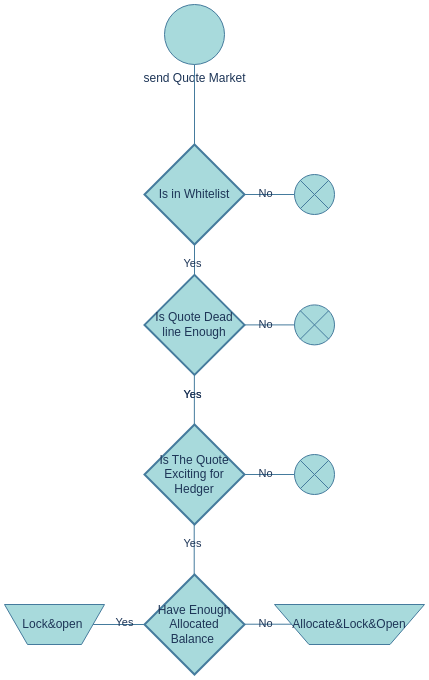
Above: hedger_docs/pngs/SendQuoteMarket.drawio.png in SYMM-IO/docs (draw.io), before the change. Source tidied: cells renumbered, new cells last; positions are measured from the earlier drawing's top-left corner, leaving out a move shared by most shapes.
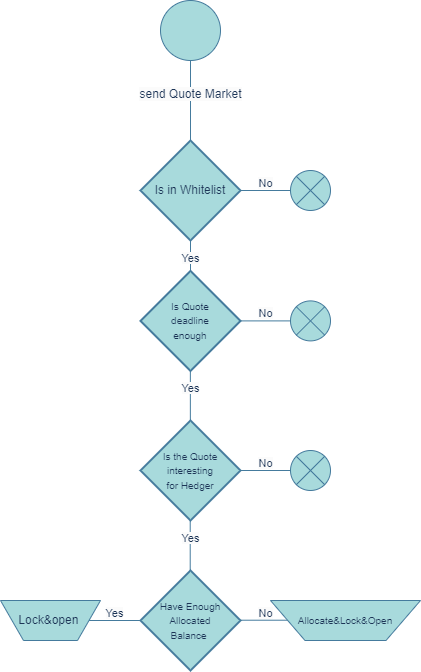
Above is the later version.

Change to the diagram source:
```diff
@@ -2,7 +2,7 @@
   <root>
     <mxCell id="0" />
     <mxCell id="1" parent="0" />
-    <mxCell id="2" value="send Quote Market" style="verticalLabelPosition=bottom;verticalAlign=top;html=1;shape=mxgraph.flowchart.on-page_reference;labelBackgroundColor=none;fillColor=#A8DADC;strokeColor=#457B9D;fontColor=#1D3557;" parent="1" vertex="1">
+    <mxCell id="2" style="verticalLabelPosition=bottom;verticalAlign=top;html=1;shape=mxgraph.flowchart.on-page_reference;labelBackgroundColor=none;fillColor=#A8DADC;strokeColor=#457B9D;fontColor=#1D3557;" parent="1" vertex="1">
       <mxGeometry x="160" width="60" height="60" as="geometry" />
     </mxCell>
     <mxCell id="3" value="Is in Whitelist" style="strokeWidth=2;html=1;shape=mxgraph.flowchart.decision;whiteSpace=wrap;labelBackgroundColor=none;fillColor=#A8DADC;strokeColor=#457B9D;fontColor=#1D3557;" parent="1" vertex="1">
@@ -11,100 +11,73 @@
     <mxCell id="4" style="verticalLabelPosition=bottom;verticalAlign=top;html=1;shape=mxgraph.flowchart.or;labelBackgroundColor=none;fillColor=#A8DADC;strokeColor=#457B9D;fontColor=#1D3557;" parent="1" vertex="1">
       <mxGeometry x="290" y="170" width="40" height="40" as="geometry" />
     </mxCell>
-    <mxCell id="5" style="endArrow=none;html=1;rounded=0;exitX=0.5;exitY=0;exitDx=0;exitDy=0;exitPerimeter=0;labelBackgroundColor=none;strokeColor=#457B9D;fontColor=default;" parent="1" edge="1" source="3">
+    <mxCell id="5" value="&#10;&lt;span style=&quot;color: rgb(29, 53, 87); font-family: Helvetica; font-size: 12px; font-style: normal; font-variant-ligatures: normal; font-variant-caps: normal; font-weight: 400; letter-spacing: normal; orphans: 2; text-align: center; text-indent: 0px; text-transform: none; widows: 2; word-spacing: 0px; -webkit-text-stroke-width: 0px; background-color: rgb(251, 251, 251); text-decoration-thickness: initial; text-decoration-style: initial; text-decoration-color: initial; float: none; display: inline !important;&quot;&gt;send Quote Market&lt;/span&gt;&#10;&#10;" style="endArrow=none;html=1;rounded=0;exitX=0.5;exitY=0;exitDx=0;exitDy=0;exitPerimeter=0;labelBackgroundColor=none;strokeColor=#457B9D;fontColor=default;" parent="1" edge="1" source="3">
       <mxGeometry relative="1" as="geometry">
         <mxPoint x="190" y="60" as="targetPoint" />
       </mxGeometry>
     </mxCell>
-    <mxCell id="6" style="endArrow=none;html=1;rounded=0;entryX=0;entryY=0.5;entryDx=0;entryDy=0;entryPerimeter=0;labelBackgroundColor=none;strokeColor=#457B9D;fontColor=default;" parent="1" edge="1" source="3" target="4">
+    <mxCell id="6" value="&#10;&lt;span style=&quot;color: rgb(29, 53, 87); font-family: Helvetica; font-size: 11px; font-style: normal; font-variant-ligatures: normal; font-variant-caps: normal; font-weight: 400; letter-spacing: normal; orphans: 2; text-align: center; text-indent: 0px; text-transform: none; widows: 2; word-spacing: 0px; -webkit-text-stroke-width: 0px; background-color: rgb(251, 251, 251); text-decoration-thickness: initial; text-decoration-style: initial; text-decoration-color: initial; float: none; display: inline !important;&quot;&gt;No&lt;/span&gt;&#10;&#10;" style="endArrow=none;html=1;rounded=0;entryX=0;entryY=0.5;entryDx=0;entryDy=0;entryPerimeter=0;labelBackgroundColor=none;strokeColor=#457B9D;fontColor=default;" parent="1" edge="1" source="3" target="4">
       <mxGeometry relative="1" as="geometry" />
     </mxCell>
-    <mxCell id="7" value="No" style="edgeLabel;html=1;align=center;verticalAlign=middle;labelBackgroundColor=none;fontColor=#1D3557;" parent="6" vertex="1">
-      <mxGeometry x="-0.18" y="1" relative="1" as="geometry" />
-    </mxCell>
-    <mxCell id="8" style="endArrow=none;html=1;rounded=0;entryX=0.5;entryY=1;entryDx=0;entryDy=0;entryPerimeter=0;labelBackgroundColor=none;strokeColor=#457B9D;fontColor=default;" parent="1" edge="1" target="3">
+    <mxCell id="8" value="&#10;&lt;span style=&quot;color: rgb(29, 53, 87); font-family: Helvetica; font-size: 11px; font-style: normal; font-variant-ligatures: normal; font-variant-caps: normal; font-weight: 400; letter-spacing: normal; orphans: 2; text-align: center; text-indent: 0px; text-transform: none; widows: 2; word-spacing: 0px; -webkit-text-stroke-width: 0px; background-color: rgb(251, 251, 251); text-decoration-thickness: initial; text-decoration-style: initial; text-decoration-color: initial; float: none; display: inline !important;&quot;&gt;Yes&lt;/span&gt;&#10;&#10;" style="endArrow=none;html=1;rounded=0;entryX=0.5;entryY=1;entryDx=0;entryDy=0;entryPerimeter=0;labelBackgroundColor=none;strokeColor=#457B9D;fontColor=default;" parent="1" edge="1" target="3">
       <mxGeometry relative="1" as="geometry">
         <mxPoint x="190" y="290" as="sourcePoint" />
       </mxGeometry>
     </mxCell>
-    <mxCell id="9" value="Yes" style="edgeLabel;html=1;align=center;verticalAlign=middle;labelBackgroundColor=none;fontColor=#1D3557;" parent="8" vertex="1">
-      <mxGeometry x="0.22" y="2" relative="1" as="geometry" />
-    </mxCell>
-    <mxCell id="10" value="Is The Quote Exciting for Hedger" style="strokeWidth=2;html=1;shape=mxgraph.flowchart.decision;whiteSpace=wrap;labelBackgroundColor=none;fillColor=#A8DADC;strokeColor=#457B9D;fontColor=#1D3557;" parent="1" vertex="1">
+    <mxCell id="10" value="&lt;font style=&quot;font-size: 10px;&quot;&gt;Is the Quote &lt;br&gt;interesting&lt;br&gt;for Hedger&lt;/font&gt;" style="strokeWidth=2;html=1;shape=mxgraph.flowchart.decision;whiteSpace=wrap;labelBackgroundColor=none;fillColor=#A8DADC;strokeColor=#457B9D;fontColor=#1D3557;" parent="1" vertex="1">
       <mxGeometry x="140" y="420" width="100" height="100" as="geometry" />
     </mxCell>
     <mxCell id="11" style="verticalLabelPosition=bottom;verticalAlign=top;html=1;shape=mxgraph.flowchart.or;labelBackgroundColor=none;fillColor=#A8DADC;strokeColor=#457B9D;fontColor=#1D3557;" parent="1" vertex="1">
       <mxGeometry x="290" y="450" width="40" height="40" as="geometry" />
     </mxCell>
-    <mxCell id="12" style="endArrow=none;html=1;rounded=0;entryX=0;entryY=0.5;entryDx=0;entryDy=0;entryPerimeter=0;labelBackgroundColor=none;strokeColor=#457B9D;fontColor=default;" parent="1" edge="1">
+    <mxCell id="12" value="&#10;&lt;span style=&quot;color: rgb(29, 53, 87); font-family: Helvetica; font-size: 11px; font-style: normal; font-variant-ligatures: normal; font-variant-caps: normal; font-weight: 400; letter-spacing: normal; orphans: 2; text-align: center; text-indent: 0px; text-transform: none; widows: 2; word-spacing: 0px; -webkit-text-stroke-width: 0px; background-color: rgb(251, 251, 251); text-decoration-thickness: initial; text-decoration-style: initial; text-decoration-color: initial; float: none; display: inline !important;&quot;&gt;No&lt;/span&gt;&#10;&#10;" style="endArrow=none;html=1;rounded=0;entryX=0;entryY=0.5;entryDx=0;entryDy=0;entryPerimeter=0;labelBackgroundColor=none;strokeColor=#457B9D;fontColor=default;" parent="1" edge="1">
       <mxGeometry relative="1" as="geometry">
         <mxPoint x="240" y="470" as="sourcePoint" />
         <mxPoint x="290" y="470" as="targetPoint" />
       </mxGeometry>
     </mxCell>
-    <mxCell id="13" value="No" style="edgeLabel;html=1;align=center;verticalAlign=middle;labelBackgroundColor=none;fontColor=#1D3557;" parent="12" vertex="1">
-      <mxGeometry x="-0.18" y="1" relative="1" as="geometry" />
-    </mxCell>
-    <mxCell id="14" style="endArrow=none;html=1;rounded=0;entryX=0.5;entryY=1;entryDx=0;entryDy=0;entryPerimeter=0;labelBackgroundColor=none;strokeColor=#457B9D;fontColor=default;" parent="1" edge="1">
+    <mxCell id="14" value="&#10;&lt;span style=&quot;color: rgb(29, 53, 87); font-family: Helvetica; font-size: 11px; font-style: normal; font-variant-ligatures: normal; font-variant-caps: normal; font-weight: 400; letter-spacing: normal; orphans: 2; text-align: center; text-indent: 0px; text-transform: none; widows: 2; word-spacing: 0px; -webkit-text-stroke-width: 0px; background-color: rgb(251, 251, 251); text-decoration-thickness: initial; text-decoration-style: initial; text-decoration-color: initial; float: none; display: inline !important;&quot;&gt;Yes&lt;/span&gt;&#10;&#10;" style="endArrow=none;html=1;rounded=0;entryX=0.5;entryY=1;entryDx=0;entryDy=0;entryPerimeter=0;labelBackgroundColor=none;strokeColor=#457B9D;fontColor=default;" parent="1" edge="1">
       <mxGeometry relative="1" as="geometry">
         <mxPoint x="189.7" y="570" as="sourcePoint" />
         <mxPoint x="189.7" y="520" as="targetPoint" />
       </mxGeometry>
     </mxCell>
-    <mxCell id="15" value="Yes" style="edgeLabel;html=1;align=center;verticalAlign=middle;labelBackgroundColor=none;fontColor=#1D3557;" parent="14" vertex="1">
-      <mxGeometry x="0.22" y="2" relative="1" as="geometry" />
-    </mxCell>
-    <mxCell id="16" value="Have Enough Allocated Balance&amp;nbsp;" style="strokeWidth=2;html=1;shape=mxgraph.flowchart.decision;whiteSpace=wrap;fillColor=#A8DADC;strokeColor=#457B9D;labelBackgroundColor=none;fontColor=#1D3557;" parent="1" vertex="1">
+    <mxCell id="16" value="&lt;font style=&quot;font-size: 10px;&quot;&gt;Have Enough Allocated &lt;br&gt;Balance&amp;nbsp;&lt;/font&gt;" style="strokeWidth=2;html=1;shape=mxgraph.flowchart.decision;whiteSpace=wrap;fillColor=#A8DADC;strokeColor=#457B9D;labelBackgroundColor=none;fontColor=#1D3557;" parent="1" vertex="1">
       <mxGeometry x="140" y="570" width="100" height="100" as="geometry" />
     </mxCell>
-    <mxCell id="17" style="endArrow=none;html=1;rounded=0;entryX=0.5;entryY=1;entryDx=0;entryDy=0;entryPerimeter=0;labelBackgroundColor=none;strokeColor=#457B9D;fontColor=default;" parent="1" edge="1" source="19">
+    <mxCell id="17" value="&#10;&lt;span style=&quot;color: rgb(29, 53, 87); font-family: Helvetica; font-size: 11px; font-style: normal; font-variant-ligatures: normal; font-variant-caps: normal; font-weight: 400; letter-spacing: normal; orphans: 2; text-align: center; text-indent: 0px; text-transform: none; widows: 2; word-spacing: 0px; -webkit-text-stroke-width: 0px; background-color: rgb(251, 251, 251); text-decoration-thickness: initial; text-decoration-style: initial; text-decoration-color: initial; float: none; display: inline !important;&quot;&gt;Yes&lt;/span&gt;&#10;&#10;" style="endArrow=none;html=1;rounded=0;entryX=0.5;entryY=1;entryDx=0;entryDy=0;entryPerimeter=0;labelBackgroundColor=none;strokeColor=#457B9D;fontColor=default;" parent="1" edge="1" source="19">
       <mxGeometry relative="1" as="geometry">
         <mxPoint x="139.4" y="620" as="targetPoint" />
       </mxGeometry>
     </mxCell>
-    <mxCell id="18" value="Yes" style="edgeLabel;html=1;align=center;verticalAlign=middle;labelBackgroundColor=none;fontColor=#1D3557;" parent="17" vertex="1">
-      <mxGeometry x="0.22" y="2" relative="1" as="geometry" />
-    </mxCell>
     <mxCell id="19" value="Lock&amp;amp;open&amp;nbsp;" style="verticalLabelPosition=middle;verticalAlign=middle;html=1;shape=trapezoid;perimeter=trapezoidPerimeter;whiteSpace=wrap;size=0.23;arcSize=10;flipV=1;labelPosition=center;align=center;strokeColor=#457B9D;fontColor=#1D3557;fillColor=#A8DADC;" parent="1" vertex="1">
       <mxGeometry y="600" width="100" height="40" as="geometry" />
     </mxCell>
-    <mxCell id="20" style="endArrow=none;html=1;rounded=0;entryX=0;entryY=0.5;entryDx=0;entryDy=0;entryPerimeter=0;labelBackgroundColor=none;strokeColor=#457B9D;fontColor=default;" parent="1" edge="1">
+    <mxCell id="20" value="&#10;&lt;span style=&quot;color: rgb(29, 53, 87); font-family: Helvetica; font-size: 11px; font-style: normal; font-variant-ligatures: normal; font-variant-caps: normal; font-weight: 400; letter-spacing: normal; orphans: 2; text-align: center; text-indent: 0px; text-transform: none; widows: 2; word-spacing: 0px; -webkit-text-stroke-width: 0px; background-color: rgb(251, 251, 251); text-decoration-thickness: initial; text-decoration-style: initial; text-decoration-color: initial; float: none; display: inline !important;&quot;&gt;No&lt;/span&gt;&#10;&#10;" style="endArrow=none;html=1;rounded=0;entryX=0;entryY=0.5;entryDx=0;entryDy=0;entryPerimeter=0;labelBackgroundColor=none;strokeColor=#457B9D;fontColor=default;" parent="1" edge="1">
       <mxGeometry relative="1" as="geometry">
         <mxPoint x="240" y="619.7" as="sourcePoint" />
         <mxPoint x="290" y="619.7" as="targetPoint" />
       </mxGeometry>
     </mxCell>
-    <mxCell id="21" value="No" style="edgeLabel;html=1;align=center;verticalAlign=middle;labelBackgroundColor=none;fontColor=#1D3557;" parent="20" vertex="1">
-      <mxGeometry x="-0.18" y="1" relative="1" as="geometry" />
-    </mxCell>
-    <mxCell id="22" value="Allocate&amp;amp;Lock&amp;amp;Open" style="verticalLabelPosition=middle;verticalAlign=middle;html=1;shape=trapezoid;perimeter=trapezoidPerimeter;whiteSpace=wrap;size=0.23;arcSize=10;flipV=1;labelPosition=center;align=center;strokeColor=#457B9D;fontColor=#1D3557;fillColor=#A8DADC;" parent="1" vertex="1">
+    <mxCell id="22" value="&lt;font style=&quot;font-size: 10px;&quot;&gt;Allocate&amp;amp;Lock&amp;amp;Open&lt;/font&gt;" style="verticalLabelPosition=middle;verticalAlign=middle;html=1;shape=trapezoid;perimeter=trapezoidPerimeter;whiteSpace=wrap;size=0.23;arcSize=10;flipV=1;labelPosition=center;align=center;strokeColor=#457B9D;fontColor=#1D3557;fillColor=#A8DADC;" parent="1" vertex="1">
       <mxGeometry x="270" y="600" width="150" height="40" as="geometry" />
     </mxCell>
-    <mxCell id="23" value="Is Quote Dead line Enough" style="strokeWidth=2;html=1;shape=mxgraph.flowchart.decision;whiteSpace=wrap;labelBackgroundColor=none;fillColor=#A8DADC;strokeColor=#457B9D;fontColor=#1D3557;" parent="1" vertex="1">
+    <mxCell id="23" value="&lt;font style=&quot;font-size: 10px;&quot;&gt;Is Quote &lt;br&gt;deadline &lt;br&gt;enough&lt;/font&gt;" style="strokeWidth=2;html=1;shape=mxgraph.flowchart.decision;whiteSpace=wrap;labelBackgroundColor=none;fillColor=#A8DADC;strokeColor=#457B9D;fontColor=#1D3557;" parent="1" vertex="1">
       <mxGeometry x="140" y="270.4" width="100" height="100" as="geometry" />
     </mxCell>
     <mxCell id="24" style="verticalLabelPosition=bottom;verticalAlign=top;html=1;shape=mxgraph.flowchart.or;labelBackgroundColor=none;fillColor=#A8DADC;strokeColor=#457B9D;fontColor=#1D3557;" parent="1" vertex="1">
       <mxGeometry x="290" y="300.4" width="40" height="40" as="geometry" />
     </mxCell>
-    <mxCell id="25" style="endArrow=none;html=1;rounded=0;entryX=0;entryY=0.5;entryDx=0;entryDy=0;entryPerimeter=0;labelBackgroundColor=none;strokeColor=#457B9D;fontColor=default;" parent="1" edge="1" target="24">
+    <mxCell id="25" value="&#10;&lt;span style=&quot;color: rgb(29, 53, 87); font-family: Helvetica; font-size: 11px; font-style: normal; font-variant-ligatures: normal; font-variant-caps: normal; font-weight: 400; letter-spacing: normal; orphans: 2; text-align: center; text-indent: 0px; text-transform: none; widows: 2; word-spacing: 0px; -webkit-text-stroke-width: 0px; background-color: rgb(251, 251, 251); text-decoration-thickness: initial; text-decoration-style: initial; text-decoration-color: initial; float: none; display: inline !important;&quot;&gt;No&lt;/span&gt;&#10;&#10;" style="endArrow=none;html=1;rounded=0;entryX=0;entryY=0.5;entryDx=0;entryDy=0;entryPerimeter=0;labelBackgroundColor=none;strokeColor=#457B9D;fontColor=default;" parent="1" edge="1" target="24">
       <mxGeometry relative="1" as="geometry">
         <mxPoint x="240" y="320.4" as="sourcePoint" />
       </mxGeometry>
     </mxCell>
-    <mxCell id="26" value="No" style="edgeLabel;html=1;align=center;verticalAlign=middle;labelBackgroundColor=none;fontColor=#1D3557;" parent="25" vertex="1">
-      <mxGeometry x="-0.18" y="1" relative="1" as="geometry" />
-    </mxCell>
-    <mxCell id="27" value="Yes" style="edgeLabel;html=1;align=center;verticalAlign=middle;labelBackgroundColor=none;fontColor=#1D3557;" parent="1" vertex="1">
-      <mxGeometry x="187.7" y="390" as="geometry" />
-    </mxCell>
-    <mxCell id="28" style="endArrow=none;html=1;rounded=0;entryX=0.5;entryY=1;entryDx=0;entryDy=0;entryPerimeter=0;labelBackgroundColor=none;strokeColor=#457B9D;fontColor=default;" parent="1" edge="1">
+    <mxCell id="28" value="&#10;&lt;span style=&quot;color: rgb(29, 53, 87); font-family: Helvetica; font-size: 11px; font-style: normal; font-variant-ligatures: normal; font-variant-caps: normal; font-weight: 400; letter-spacing: normal; orphans: 2; text-align: center; text-indent: 0px; text-transform: none; widows: 2; word-spacing: 0px; -webkit-text-stroke-width: 0px; background-color: rgb(251, 251, 251); text-decoration-thickness: initial; text-decoration-style: initial; text-decoration-color: initial; float: none; display: inline !important;&quot;&gt;Yes&lt;/span&gt;&#10;&#10;" style="endArrow=none;html=1;rounded=0;entryX=0.5;entryY=1;entryDx=0;entryDy=0;entryPerimeter=0;labelBackgroundColor=none;strokeColor=#457B9D;fontColor=default;" parent="1" edge="1">
       <mxGeometry relative="1" as="geometry">
         <mxPoint x="189.9" y="420.4" as="sourcePoint" />
         <mxPoint x="189.9" y="370.4" as="targetPoint" />
       </mxGeometry>
     </mxCell>
-    <mxCell id="29" value="Yes" style="edgeLabel;html=1;align=center;verticalAlign=middle;labelBackgroundColor=none;fontColor=#1D3557;" parent="28" vertex="1">
-      <mxGeometry x="0.22" y="2" relative="1" as="geometry" />
-    </mxCell>
   </root>
 </mxGraphModel>
```
